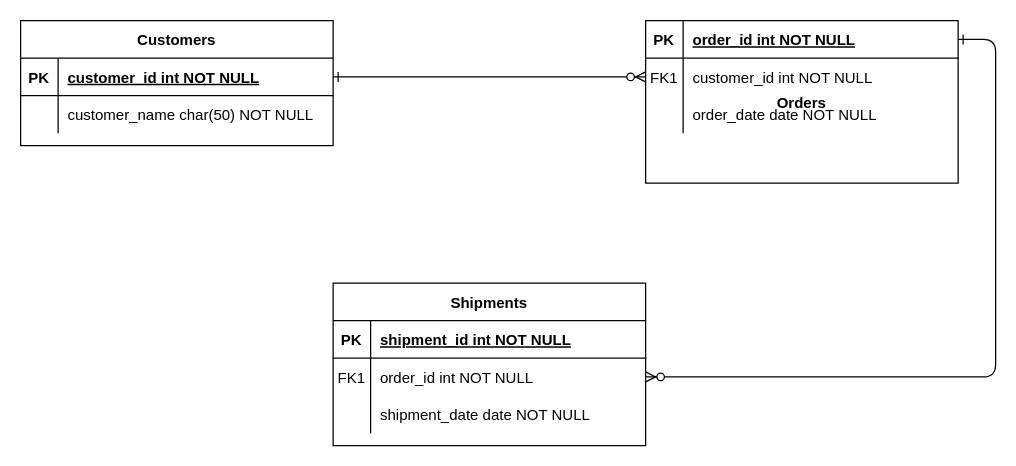
caioxd/diagrama keeps this draw.io diagram as Diagrama sem nome.drawio. Above is the earlier version. Source tidied: cells renumbered, new cells numbered last; positions are measured from the earlier drawing's top-left corner, leaving out a move shared by most shapes. Both pictures are drawn from the tidied source at 125%, with x=0, y=0 at pixel (20, 20).
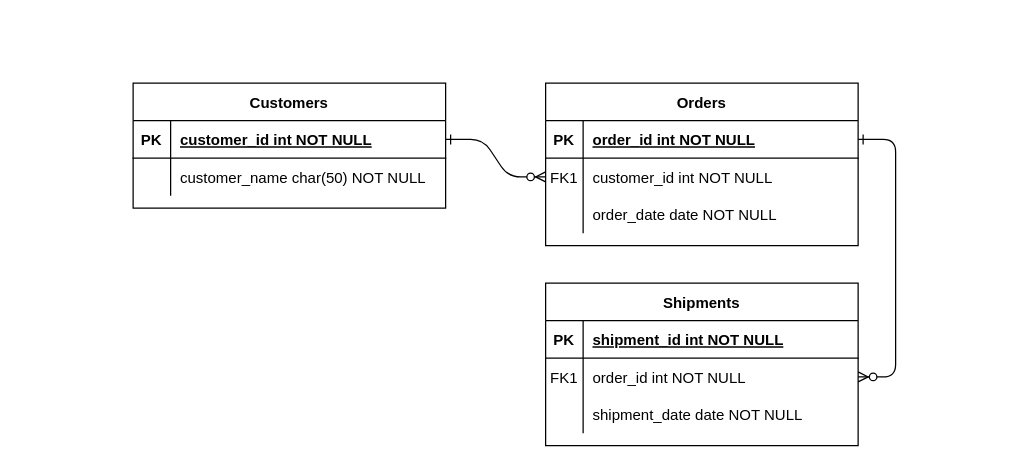
After the change.

What changed in the source:
```diff
@@
-    <mxCell id="4" value="Orders" style="shape=table;startSize=0;childLayout=tableLayout;rowLines=0;fontStyle=1;align=center;" parent="1" vertex="1">
-      <mxGeometry x="500" width="250" height="130" as="geometry" />
+    <mxCell id="4" value="Orders" style="shape=table;startSize=30;childLayout=tableLayout;rowLines=0;fontStyle=1;align=center;" parent="1" vertex="1">
+      <mxGeometry x="420" y="50" width="250" height="130" as="geometry" />
     </mxCell>
     <mxCell id="5" style="shape=partialRectangle;fillColor=none;points=[[0,0.5],[1,0.5]];portConstraint=eastwest;top=0;left=0;right=0;bottom=1;" parent="4" vertex="1">
-      <mxGeometry width="250" height="30" as="geometry" />
+      <mxGeometry y="30" width="250" height="30" as="geometry" />
     </mxCell>
@@
     <mxCell id="8" style="shape=partialRectangle;fillColor=none;points=[[0,0.5],[1,0.5]];portConstraint=eastwest;top=0;left=0;right=0;bottom=0;" parent="4" vertex="1">
-      <mxGeometry y="30" width="250" height="30" as="geometry" />
+      <mxGeometry y="60" width="250" height="30" as="geometry" />
     </mxCell>
@@
     <mxCell id="11" style="shape=partialRectangle;fillColor=none;top=0;left=0;right=0;bottom=0;" parent="4" vertex="1">
-      <mxGeometry y="60" width="250" height="30" as="geometry" />
+      <mxGeometry y="90" width="250" height="30" as="geometry" />
     </mxCell>
@@
     <mxCell id="14" value="Shipments" style="shape=table;startSize=30;childLayout=tableLayout;rowLines=0;fontStyle=1;align=center;" parent="1" vertex="1">
-      <mxGeometry x="250" y="210" width="250" height="130" as="geometry" />
+      <mxGeometry x="420" y="210" width="250" height="130" as="geometry" />
     </mxCell>
@@
     <mxCell id="24" value="Customers" style="shape=table;startSize=30;childLayout=tableLayout;rowLines=0;fontStyle=1;align=center;" parent="1" vertex="1">
-      <mxGeometry width="250" height="100" as="geometry" />
+      <mxGeometry x="90" y="50" width="250" height="100" as="geometry" />
     </mxCell>
```
